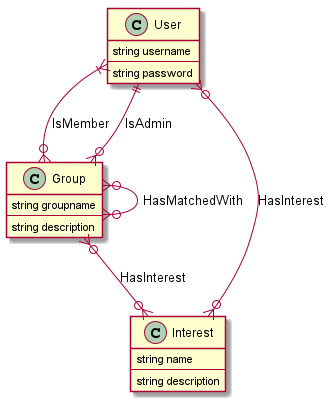
Before: docs/plantuml/png/database.png, a diagram exported from PlantUML (odaskjellet/TDT4140-GroupUp). Its source is kept beside it as docs/plantuml/database.puml.
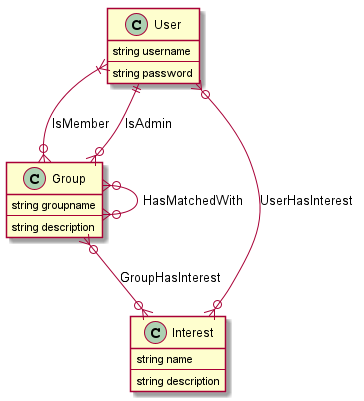
The same file after the commit.

Commit message:
Edit database model, rename plantuml script

Change to the diagram source:
```diff
@@ -1,4 +1,4 @@
-@startuml project_structure
+@startuml database
 
   class User {
     string username
@@ -22,9 +22,10 @@
 
   User ||--o{ Group : IsAdmin
 
-  User }o--o{ Interest: HasInterest
+  User }o--o{ Interest: UserHasInterest
 
   Group }o--o{ Group: HasMatchedWith
 
-  Group }o--o{ Interest: HasInterest
+  Group }o--o{ Interest: GroupHasInterest
+
 @enduml
```
